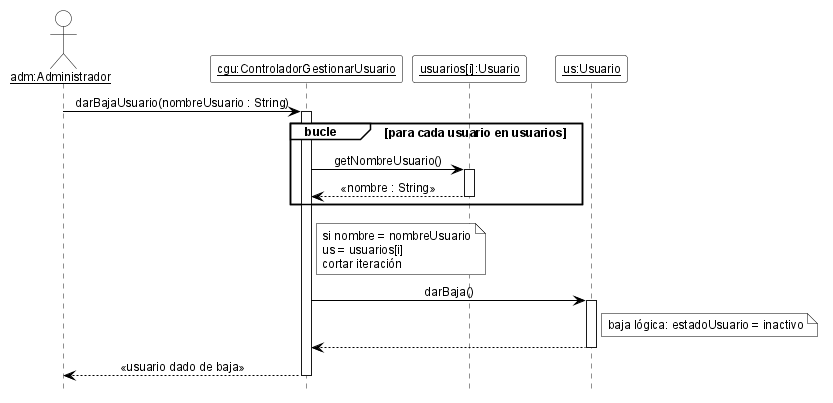
cirotop/Stock-Project keeps this PlantUML diagram as 08-Diagrama De Secuencia/DSD_CU-02_darBajaUsuario.png. Above is the earlier version. Source of this version:
```plantuml
@startuml DSD_CU-02_darBajaUsuario
hide footbox
skinparam shadowing false
skinparam defaultFontName Arial
skinparam defaultFontSize 12
skinparam sequenceMessageAlign center
skinparam ArrowColor black
skinparam ParticipantBackgroundColor white
skinparam ParticipantBorderColor black
skinparam ActorBackgroundColor white
skinparam ActorBorderColor black
skinparam LifeLineBorderColor black
skinparam LifeLineBackgroundColor white
skinparam SequenceGroupBackgroundColor white
skinparam SequenceGroupBorderColor black
skinparam SequenceGroupHeaderFontColor black
skinparam NoteBackgroundColor white
skinparam NoteBorderColor black

actor "<u>adm:Administrador</u>" as adm
participant "<u>cgu:ControladorGestionarUsuario</u>" as cgu
participant "<u>usuarios[i]:Usuario</u>" as ui
participant "<u>us:Usuario</u>" as us

adm -> cgu ++ : darBajaUsuario(nombreUsuario : String)
group bucle [para cada usuario en usuarios]
  cgu -> ui ++ : getNombreUsuario()
  ui --> cgu -- : «nombre : String»
end
note right of cgu
  si nombre = nombreUsuario
  us = usuarios[i]
  cortar iteración
end note
cgu -> us ++ : darBaja()
note right of us : baja lógica: estadoUsuario = inactivo
us --> cgu --
cgu --> adm -- : «usuario dado de baja»

@enduml
```
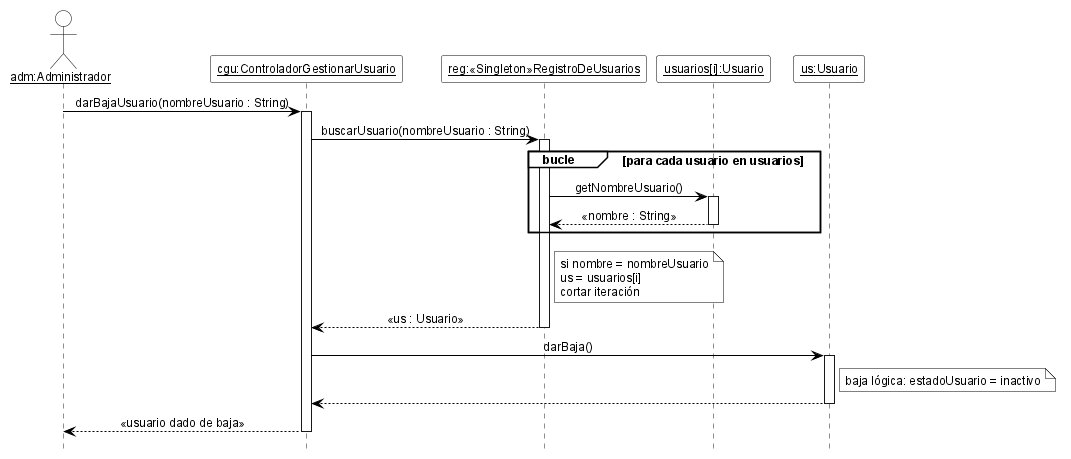
The same file after the commit.

What changed in the source:
```diff
@@ -7,6 +7,8 @@
 skinparam ArrowColor black
 skinparam ParticipantBackgroundColor white
 skinparam ParticipantBorderColor black
+skinparam CollectionsBackgroundColor white
+skinparam CollectionsBorderColor black
 skinparam ActorBackgroundColor white
 skinparam ActorBorderColor black
 skinparam LifeLineBorderColor black
@@ -19,19 +21,22 @@
 
 actor "<u>adm:Administrador</u>" as adm
 participant "<u>cgu:ControladorGestionarUsuario</u>" as cgu
+participant "<u>reg:«Singleton»RegistroDeUsuarios</u>" as reg
 participant "<u>usuarios[i]:Usuario</u>" as ui
 participant "<u>us:Usuario</u>" as us
 
 adm -> cgu ++ : darBajaUsuario(nombreUsuario : String)
+cgu -> reg ++ : buscarUsuario(nombreUsuario : String)
 group bucle [para cada usuario en usuarios]
-  cgu -> ui ++ : getNombreUsuario()
-  ui --> cgu -- : «nombre : String»
+  reg -> ui ++ : getNombreUsuario()
+  ui --> reg -- : «nombre : String»
 end
-note right of cgu
+note right of reg
   si nombre = nombreUsuario
   us = usuarios[i]
   cortar iteración
 end note
+reg --> cgu -- : «us : Usuario»
 cgu -> us ++ : darBaja()
 note right of us : baja lógica: estadoUsuario = inactivo
 us --> cgu --
```
